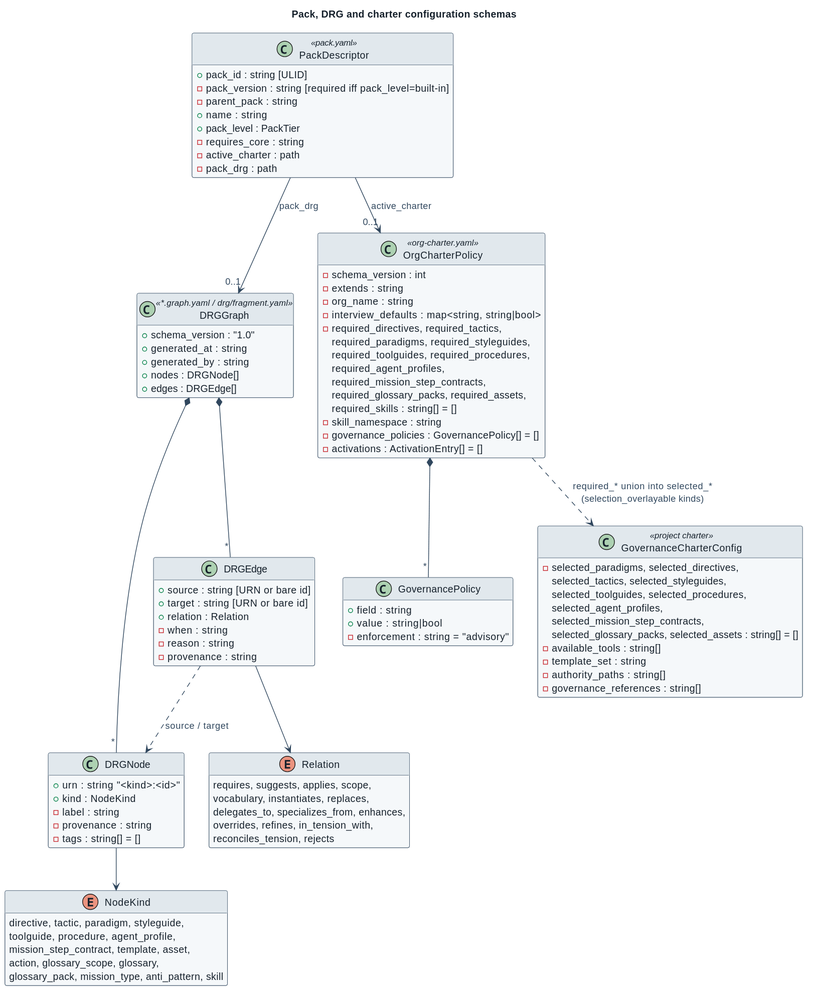
spec-kitty/spec-kitty-charter keeps this PlantUML diagram as docs/architecture/diagrams/descriptor-governance.svg. Above is the earlier version.
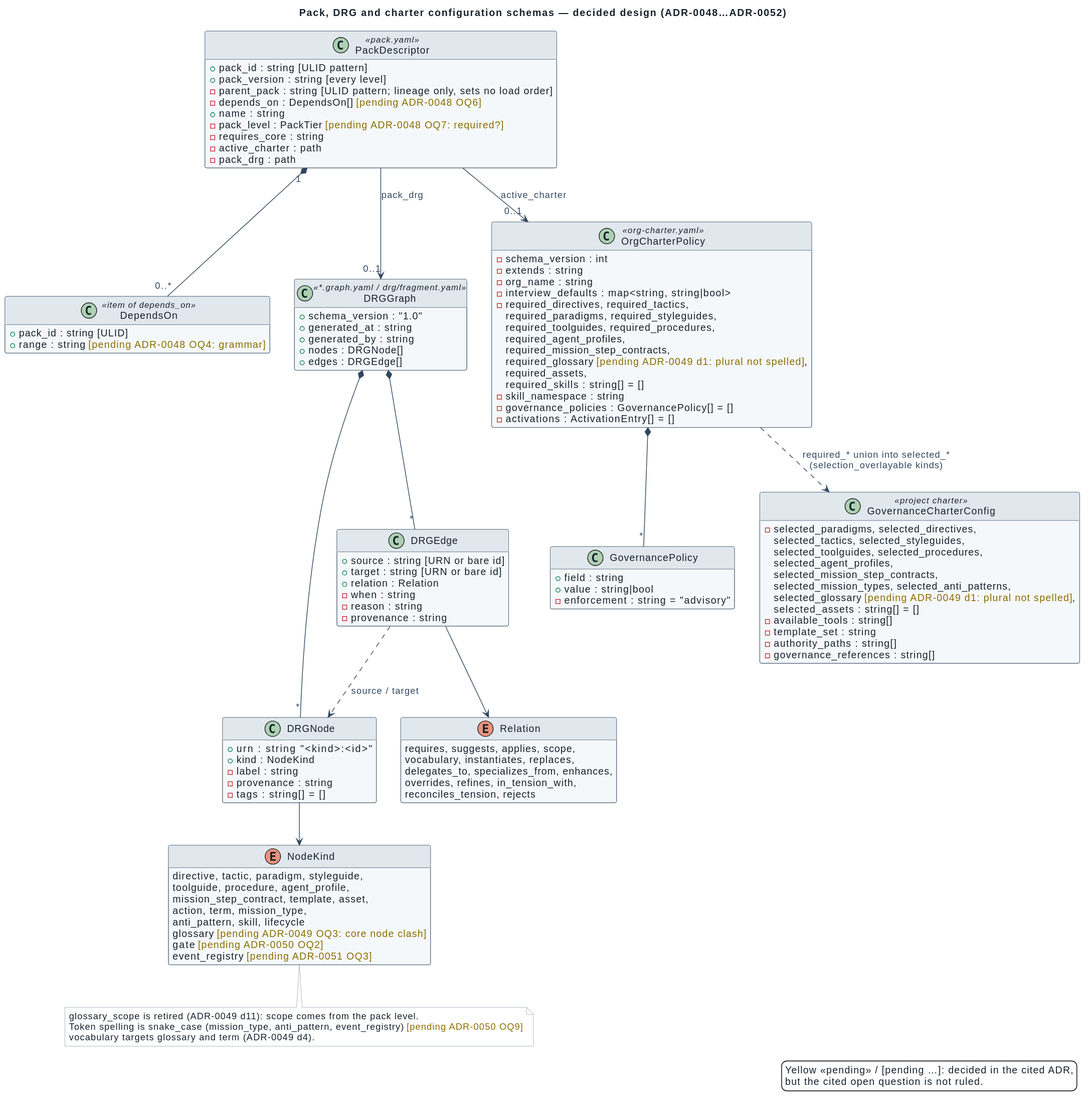
Later version of the same file.

Commit message:
docs(diagrams): pending convention and the pack-composition diagrams in the decided design

Change to the diagram source:
```diff
@@ -1,16 +1,21 @@
 @startuml
 !include _style.iuml
-title Pack, DRG and charter configuration schemas
+title Pack, DRG and charter configuration schemas — decided design (ADR-0048…ADR-0052)
 
 class PackDescriptor <<pack.yaml>> {
-  + pack_id : string [ULID]
-  - pack_version : string [required iff pack_level=built-in]
-  - parent_pack : string
+  + pack_id : string [ULID pattern]
+  + pack_version : string [every level]
+  - parent_pack : string [ULID pattern; lineage only, sets no load order]
+  - depends_on : DependsOn[] <color:#8A6D00>[pending ADR-0048 OQ6]</color>
   + name : string
-  + pack_level : PackTier
+  - pack_level : PackTier <color:#8A6D00>[pending ADR-0048 OQ7: required?]</color>
   - requires_core : string
   - active_charter : path
   - pack_drg : path
+}
+class DependsOn <<item of depends_on>> {
+  + pack_id : string [ULID]
+  + range : string <color:#8A6D00>[pending ADR-0048 OQ4: grammar]</color>
 }
 class DRGGraph <<*.graph.yaml / drg/fragment.yaml>> {
   + schema_version : "1.0"
@@ -38,8 +43,11 @@
   directive, tactic, paradigm, styleguide,
   toolguide, procedure, agent_profile,
   mission_step_contract, template, asset,
-  action, glossary_scope, glossary,
-  glossary_pack, mission_type, anti_pattern, skill
+  action, term, mission_type,
+  anti_pattern, skill, lifecycle
+  glossary <color:#8A6D00>[pending ADR-0049 OQ3: core node clash]</color>
+  gate <color:#8A6D00>[pending ADR-0050 OQ2]</color>
+  event_registry <color:#8A6D00>[pending ADR-0051 OQ3]</color>
 }
 enum Relation {
   requires, suggests, applies, scope,
@@ -58,7 +66,8 @@
     required_toolguides, required_procedures,
     required_agent_profiles,
     required_mission_step_contracts,
-    required_glossary_packs, required_assets,
+    required_glossary <color:#8A6D00>[pending ADR-0049 d1: plural not spelled]</color>,
+    required_assets,
     required_skills : string[] = []
   - skill_namespace : string
   - governance_policies : GovernancePolicy[] = []
@@ -75,12 +84,15 @@
     selected_toolguides, selected_procedures,
     selected_agent_profiles,
     selected_mission_step_contracts,
-    selected_glossary_packs, selected_assets : string[] = []
+    selected_mission_types, selected_anti_patterns,
+    selected_glossary <color:#8A6D00>[pending ADR-0049 d1: plural not spelled]</color>,
+    selected_assets : string[] = []
   - available_tools : string[]
   - template_set : string
   - authority_paths : string[]
   - governance_references : string[]
 }
+PackDescriptor "1" *-- "0..*" DependsOn
 PackDescriptor --> "0..1" DRGGraph : pack_drg
 PackDescriptor --> "0..1" OrgCharterPolicy : active_charter
 OrgCharterPolicy *-- "*" GovernancePolicy
@@ -90,4 +102,13 @@
 DRGEdge --> Relation
 DRGEdge ..> DRGNode : source / target
 OrgCharterPolicy ..> GovernanceCharterConfig : required_* union into selected_*\n(selection_overlayable kinds)
+note bottom of NodeKind
+  glossary_scope is retired (ADR-0049 d11): scope comes from the pack level.
+  Token spelling is snake_case (mission_type, anti_pattern, event_registry) <color:#8A6D00>[pending ADR-0050 OQ9]</color>
+  vocabulary targets glossary and term (ADR-0049 d4).
+end note
+legend right
+  Yellow <<pending>> / [pending …]: decided in the cited ADR,
+  but the cited open question is not ruled.
+endlegend
 @enduml
```
